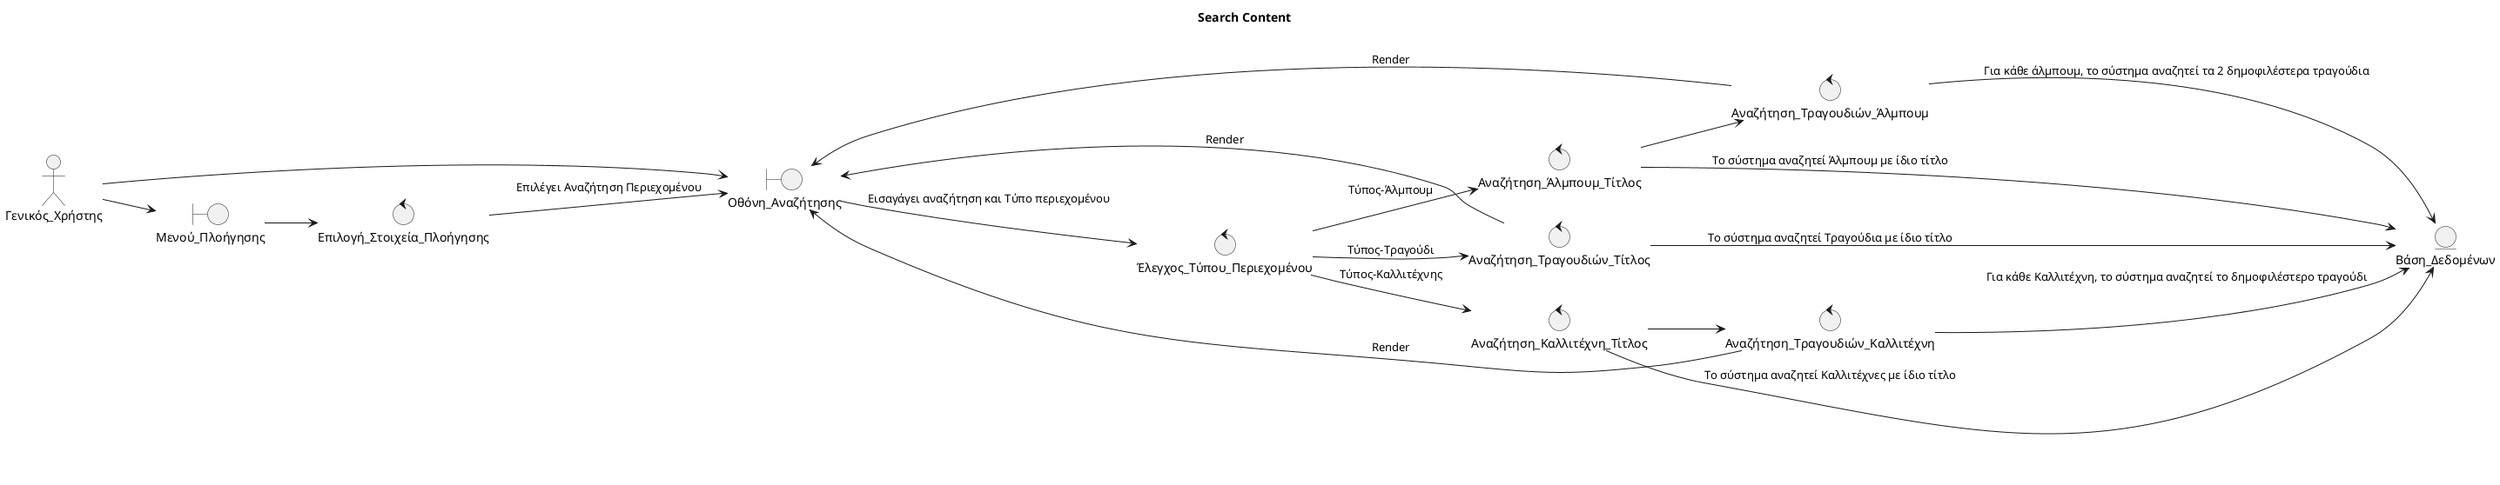
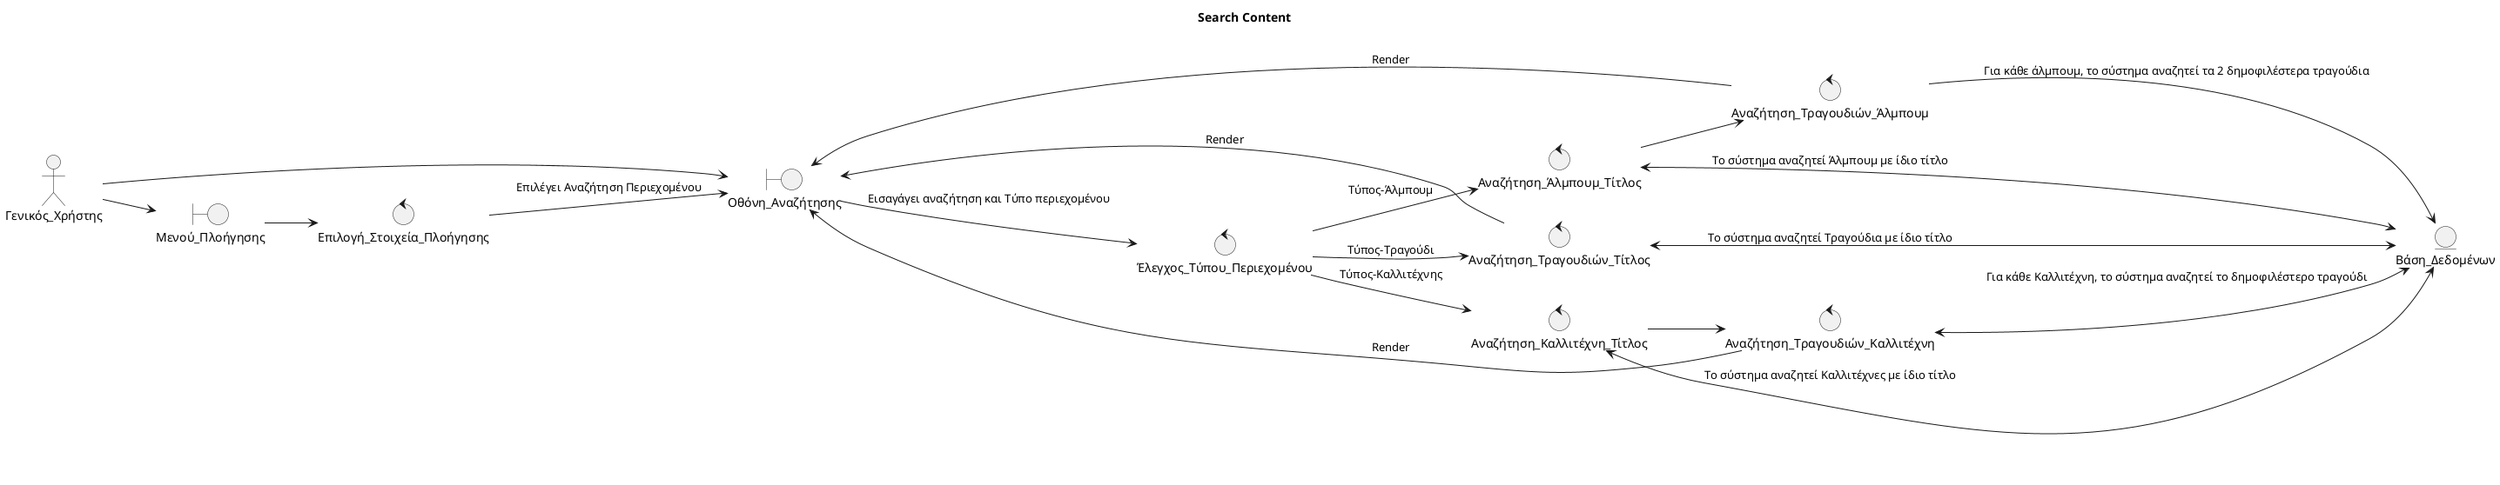
@startuml

title Search Content

left to right direction

skinparam shadowing false
skinparam roundcorner 10

' =====================================================
' ACTORS
' =====================================================

actor Γενικός_Χρήστης

' =====================================================
' BOUNDARY OBJECTS
' =====================================================

boundary Μενού_Πλοήγησης
boundary Οθόνη_Αναζήτησης

' =====================================================
' CONTROL OBJECTS
' =====================================================

control Έλεγχος_Τύπου_Περιεχομένου
control Αναζήτηση_Τραγουδιών_Τίτλος
control Αναζήτηση_Άλμπουμ_Τίτλος
control Αναζήτηση_Τραγουδιών_Άλμπουμ
control Αναζήτηση_Καλλιτέχνη_Τίτλος
control Αναζήτηση_Τραγουδιών_Καλλιτέχνη
control Επιλογή_Στοιχεία_Πλοήγησης

' =====================================================
' ENTITY OBJECTS
' =====================================================

entity Βάση_Δεδομένων

' =====================================================
' INTERACTIONS
' =====================================================

Γενικός_Χρήστης --> Μενού_Πλοήγησης
Μενού_Πλοήγησης --> Επιλογή_Στοιχεία_Πλοήγησης
Επιλογή_Στοιχεία_Πλοήγησης --> Οθόνη_Αναζήτησης : Επιλέγει Αναζήτηση Περιεχομένου
Γενικός_Χρήστης --> Οθόνη_Αναζήτησης
Οθόνη_Αναζήτησης --> Έλεγχος_Τύπου_Περιεχομένου : Εισαγάγει αναζήτηση και Τύπο περιεχομένου

Έλεγχος_Τύπου_Περιεχομένου --> Αναζήτηση_Τραγουδιών_Τίτλος : Τύπος-Τραγούδι
Έλεγχος_Τύπου_Περιεχομένου --> Αναζήτηση_Καλλιτέχνη_Τίτλος : Τύπος-Καλλιτέχνης
Έλεγχος_Τύπου_Περιεχομένου --> Αναζήτηση_Άλμπουμ_Τίτλος : Τύπος-Άλμπουμ


- Αναζήτηση_Άλμπουμ_Τίτλος --> Βάση_Δεδομένων : Το σύστημα αναζητεί Άλμπουμ με ίδιο τίτλο
+ Αναζήτηση_Άλμπουμ_Τίτλος <--> Βάση_Δεδομένων : Το σύστημα αναζητεί Άλμπουμ με ίδιο τίτλο
Αναζήτηση_Άλμπουμ_Τίτλος --> Αναζήτηση_Τραγουδιών_Άλμπουμ
Αναζήτηση_Τραγουδιών_Άλμπουμ --> Βάση_Δεδομένων : Για κάθε άλμπουμ, το σύστημα αναζητεί τα 2 δημοφιλέστερα τραγούδια
Αναζήτηση_Τραγουδιών_Άλμπουμ --> Οθόνη_Αναζήτησης : Render


- Αναζήτηση_Καλλιτέχνη_Τίτλος --> Βάση_Δεδομένων : Το σύστημα αναζητεί Καλλιτέχνες με ίδιο τίτλο
+ Αναζήτηση_Καλλιτέχνη_Τίτλος <--> Βάση_Δεδομένων : Το σύστημα αναζητεί Καλλιτέχνες με ίδιο τίτλο
Αναζήτηση_Καλλιτέχνη_Τίτλος --> Αναζήτηση_Τραγουδιών_Καλλιτέχνη
- Αναζήτηση_Τραγουδιών_Καλλιτέχνη --> Βάση_Δεδομένων : Για κάθε Καλλιτέχνη, το σύστημα αναζητεί το δημοφιλέστερο τραγούδι
+ Αναζήτηση_Τραγουδιών_Καλλιτέχνη <--> Βάση_Δεδομένων : Για κάθε Καλλιτέχνη, το σύστημα αναζητεί το δημοφιλέστερο τραγούδι
Αναζήτηση_Τραγουδιών_Καλλιτέχνη --> Οθόνη_Αναζήτησης : Render

- Αναζήτηση_Τραγουδιών_Τίτλος --> Βάση_Δεδομένων : Το σύστημα αναζητεί Τραγούδια με ίδιο τίτλο
+ Αναζήτηση_Τραγουδιών_Τίτλος <--> Βάση_Δεδομένων : Το σύστημα αναζητεί Τραγούδια με ίδιο τίτλο
Αναζήτηση_Τραγουδιών_Τίτλος --> Οθόνη_Αναζήτησης : Render

@enduml